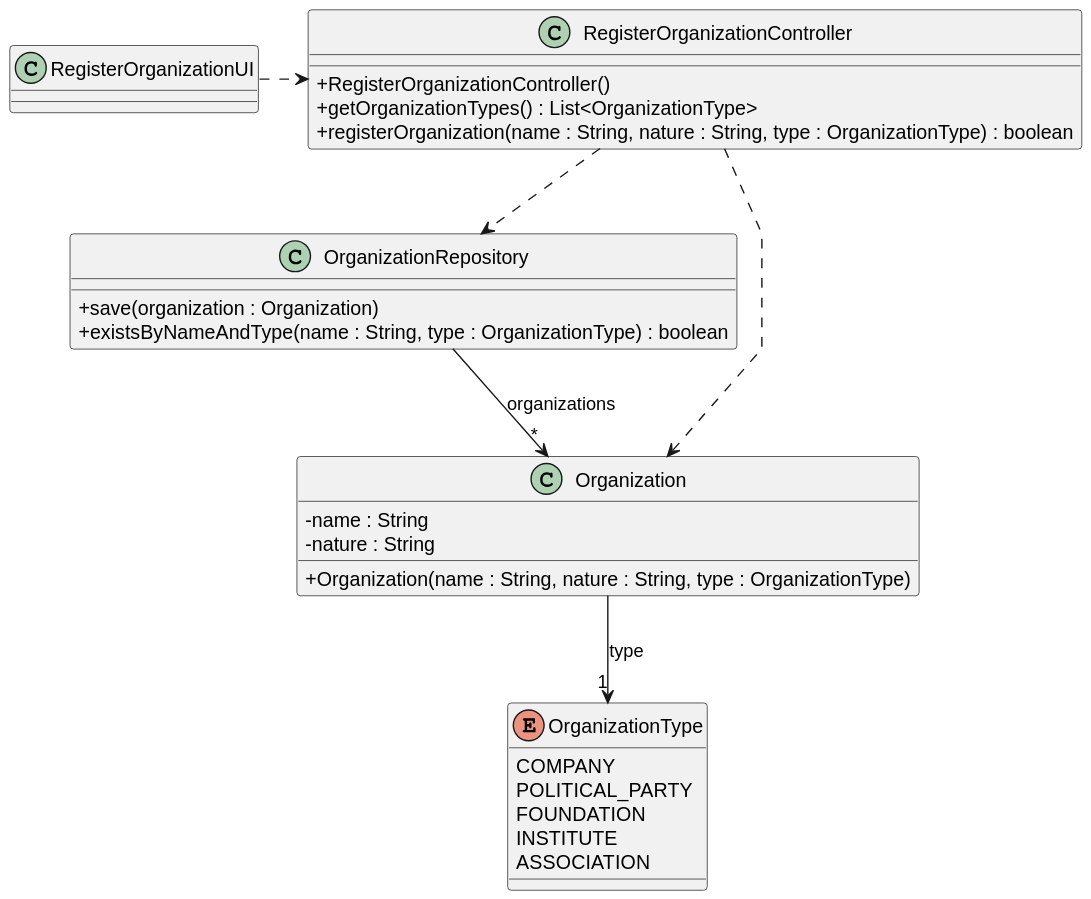
Before: docs/system-documentation/US04/03.design/svg/US04-CD.svg, a diagram exported from PlantUML (brunodspinto/crystal-clear-platform).
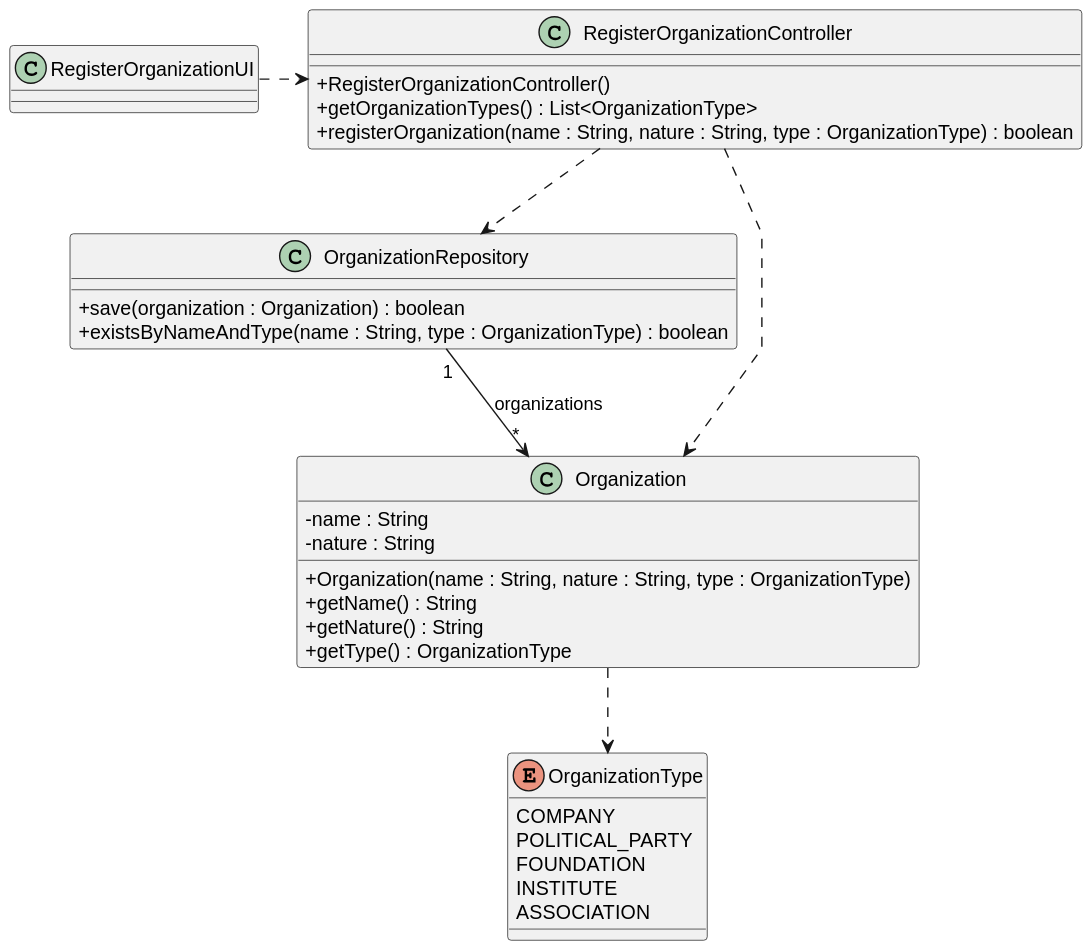
The same file after the commit.

The edit, as a diff of the source:
```diff
@@ -14,7 +14,7 @@
 }
 
 class OrganizationRepository {
-    + save(organization : Organization)
+    + save(organization : Organization) : boolean
     + existsByNameAndType(name : String, type : OrganizationType) : boolean
 }
 
@@ -22,6 +22,9 @@
     - name : String
     - nature : String
     + Organization(name : String, nature : String, type : OrganizationType)
+    + getName() : String
+    + getNature() : String
+    + getType() : OrganizationType
 }
 
 enum OrganizationType {
@@ -37,7 +40,7 @@
 RegisterOrganizationController ..> OrganizationRepository
 RegisterOrganizationController ..> Organization
 
-OrganizationRepository --> "*" Organization : organizations
+OrganizationRepository "1" --> "*" Organization : organizations
 
-Organization --> "1" OrganizationType : type
+Organization ..> OrganizationType
 @enduml
```
